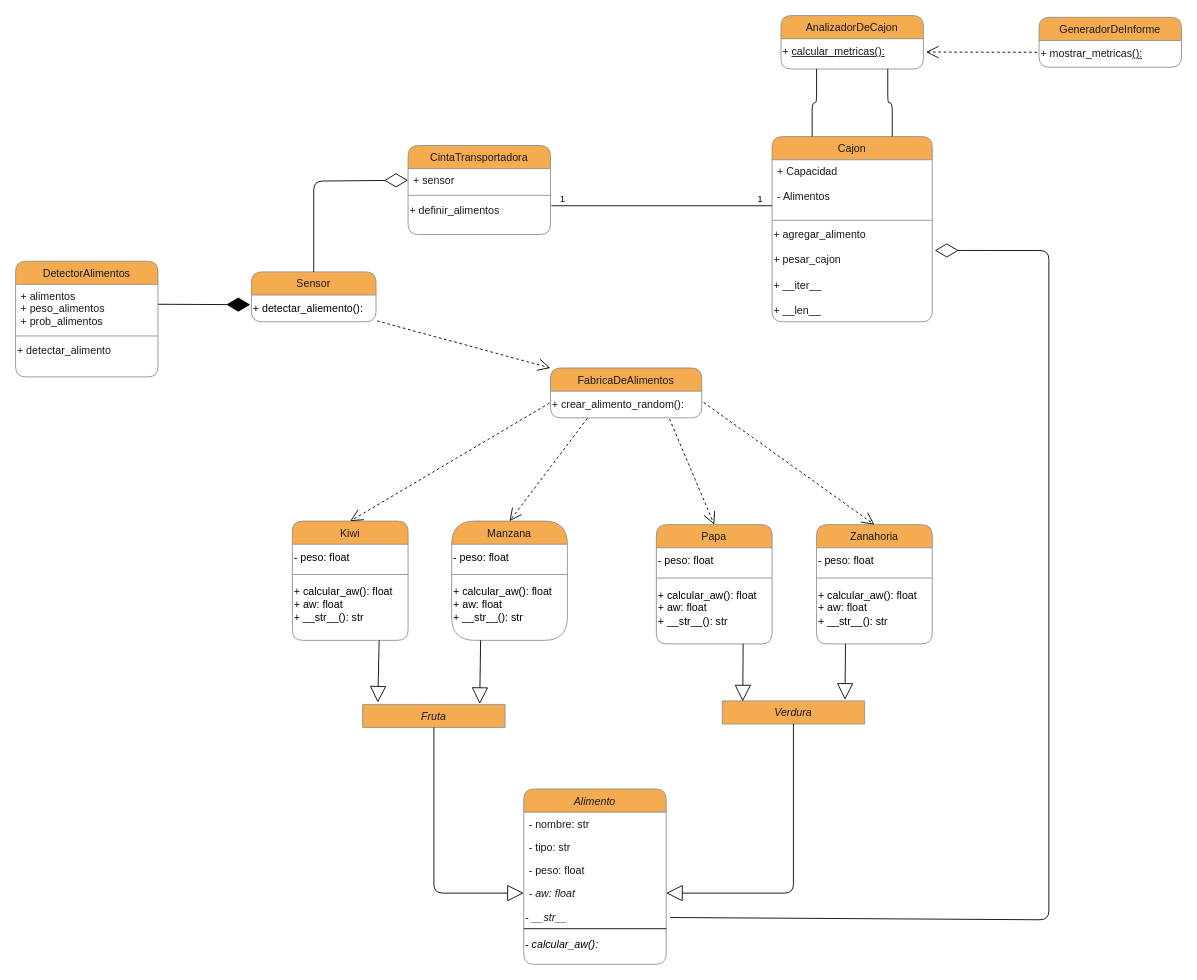
AgustinG178/pa_2025c1_practica keeps this draw.io diagram as TrabajoPractico_2/proyecto_2.2/docs/UML 2.2.drawio. Above is the earlier version. Source tidied: cells renumbered, new cells numbered last; positions are measured from the earlier drawing's top-left corner, leaving out a move shared by most shapes. Both pictures are drawn from the tidied source at 89%, with x=0, y=0 at pixel (15, 15).
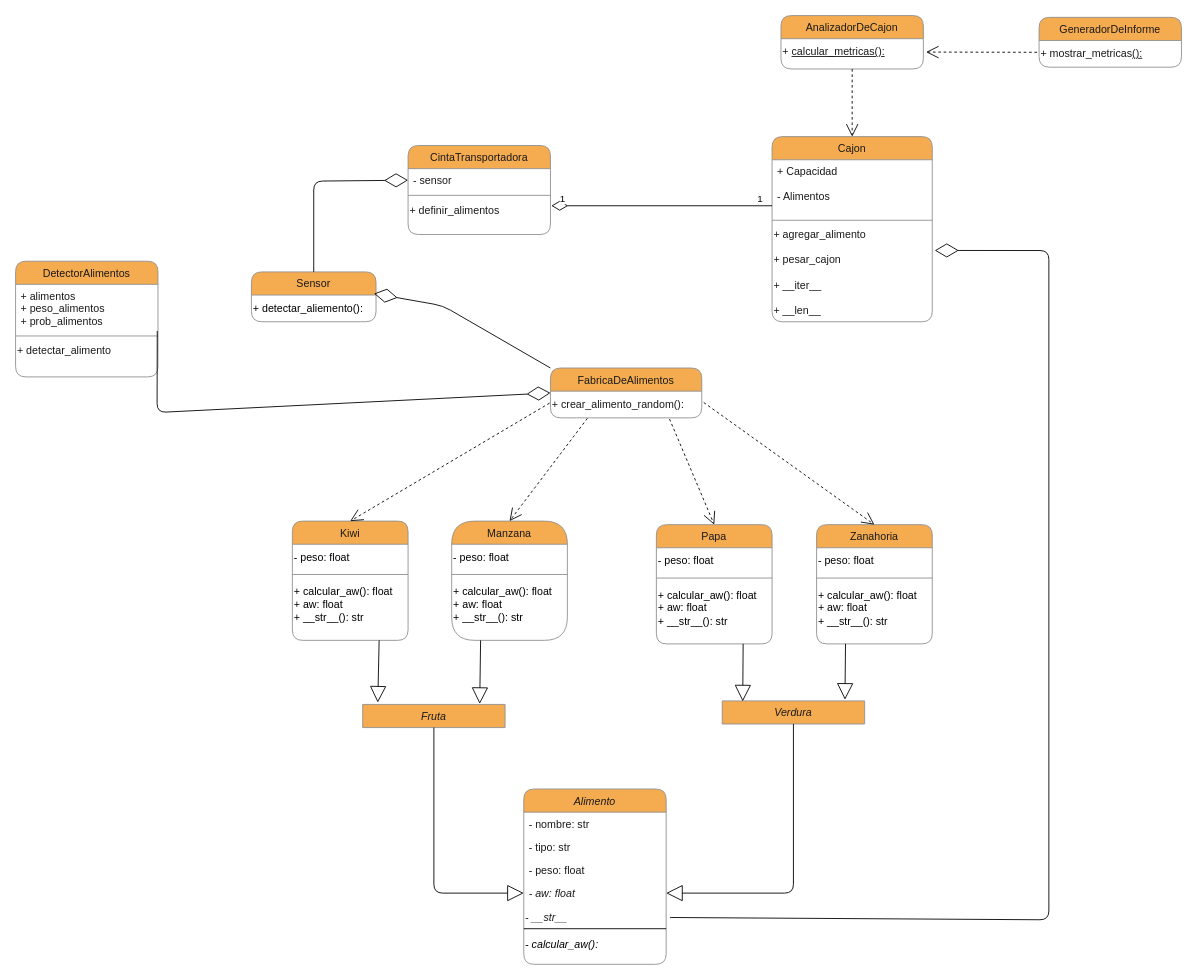
Above is the later version.

Unchanged cells that the change refers to:
```xml
<mxCell id="2" value="CintaTransportadora" style="swimlane;fontStyle=0;align=center;verticalAlign=top;horizontal=1;startSize=26;rounded=1;shadow=0;strokeWidth=1;labelBackgroundColor=none;fillColor=#F5AB50;strokeColor=#909090;fontColor=#1A1A1A;" parent="1" vertex="1">
  <mxGeometry x="441" y="146" width="160" height="100" as="geometry" />
</mxCell>
<mxCell id="5" value="&lt;span style=&quot;color: rgb(26, 26, 26);&quot;&gt;+ definir_alimentos&lt;/span&gt;&lt;div&gt;&lt;span style=&quot;color: rgb(26, 26, 26);&quot;&gt;&lt;br&gt;&lt;/span&gt;&lt;/div&gt;" style="text;html=1;align=left;verticalAlign=middle;points=[];strokeColor=none;fillColor=none;rounded=1;" parent="2" vertex="1">
  <mxGeometry y="60" width="160" height="40" as="geometry" />
</mxCell>
<mxCell id="6" value="Cajon" style="swimlane;fontStyle=0;align=center;verticalAlign=top;horizontal=1;startSize=26;rounded=1;shadow=0;strokeWidth=1;labelBackgroundColor=none;fillColor=#F5AB50;strokeColor=#909090;fontColor=#1A1A1A;" parent="1" vertex="1">
  <mxGeometry x="850" y="136" width="180" height="208" as="geometry" />
</mxCell>
<mxCell id="7" value="+ Capacidad&#10;&#10;- Alimentos" style="text;align=left;verticalAlign=top;spacingLeft=4;spacingRight=4;overflow=hidden;points=[[0,0.5],[1,0.5]];portConstraint=eastwest;labelBackgroundColor=none;fontColor=#1A1A1A;rounded=1;" parent="6" vertex="1">
  <mxGeometry y="26" width="180" height="64" as="geometry" />
</mxCell>
<mxCell id="25" value="+ detectar_aliemento():" style="text;html=1;align=left;verticalAlign=middle;points=[];strokeColor=none;fillColor=none;rounded=1;" parent="24" vertex="1">
  <mxGeometry y="26" width="140" height="30" as="geometry" />
</mxCell>
<mxCell id="38" value="FabricaDeAlimentos" style="swimlane;fontStyle=0;align=center;verticalAlign=top;horizontal=1;startSize=26;rounded=1;shadow=0;strokeWidth=1;labelBackgroundColor=none;fillColor=#F5AB50;strokeColor=#909090;fontColor=#1A1A1A;" parent="1" vertex="1">
  <mxGeometry x="601" y="396" width="170" height="56" as="geometry" />
</mxCell>
<mxCell id="44" value="AnalizadorDeCajon" style="swimlane;fontStyle=0;align=center;verticalAlign=top;horizontal=1;startSize=26;rounded=1;shadow=0;strokeWidth=1;labelBackgroundColor=none;fillColor=#F5AB50;strokeColor=#909090;fontColor=#1A1A1A;" parent="1" vertex="1">
  <mxGeometry x="860" width="160" height="60" as="geometry" />
</mxCell>
<mxCell id="61" value="+ alimentos &#10;+ peso_alimentos&#10;+ prob_alimentos" style="text;align=left;verticalAlign=top;spacingLeft=4;spacingRight=4;overflow=hidden;points=[[0,0.5],[1,0.5]];portConstraint=eastwest;fontStyle=0;labelBackgroundColor=none;fontColor=#1A1A1A;rounded=1;" parent="60" vertex="1">
  <mxGeometry y="26" width="160" height="54" as="geometry" />
</mxCell>
```

Diff of the diagram source:
```diff
@@
-    <mxCell id="3" value="+ sensor" style="text;align=left;verticalAlign=top;spacingLeft=4;spacingRight=4;overflow=hidden;points=[[0,0.5],[1,0.5]];portConstraint=eastwest;fontStyle=0;labelBackgroundColor=none;fontColor=#1A1A1A;rounded=1;" parent="2" vertex="1">
+    <mxCell id="3" value="- sensor" style="text;align=left;verticalAlign=top;spacingLeft=4;spacingRight=4;overflow=hidden;points=[[0,0.5],[1,0.5]];portConstraint=eastwest;fontStyle=0;labelBackgroundColor=none;fontColor=#1A1A1A;rounded=1;" parent="2" vertex="1">
       <mxGeometry y="26" width="160" height="26" as="geometry" />
     </mxCell>
@@
-    <mxCell id="46" style="endArrow=none;html=1;edgeStyle=orthogonalEdgeStyle;entryX=0.75;entryY=1;entryDx=0;entryDy=0;exitX=0.75;exitY=0;exitDx=0;exitDy=0;rounded=1;" parent="1" edge="1" source="6" target="44">
-      <mxGeometry relative="1" as="geometry" />
-    </mxCell>
-    <mxCell id="47" style="endArrow=none;html=1;edgeStyle=orthogonalEdgeStyle;entryX=0.25;entryY=1;entryDx=0;entryDy=0;exitX=0.25;exitY=0;exitDx=0;exitDy=0;rounded=1;" parent="1" edge="1" source="6" target="44">
-      <mxGeometry relative="1" as="geometry" />
-    </mxCell>
-    <mxCell id="48" style="endArrow=open;endSize=12;dashed=1;html=1;exitX=1.008;exitY=0.968;exitDx=0;exitDy=0;exitPerimeter=0;entryX=0;entryY=0;entryDx=0;entryDy=0;rounded=1;" parent="1" edge="1" source="25" target="38">
-      <mxGeometry relative="1" as="geometry" />
-    </mxCell>
@@
-    <mxCell id="64" style="endArrow=diamondThin;endFill=1;endSize=24;html=1;rounded=1;exitX=1.002;exitY=0.414;exitDx=0;exitDy=0;entryX=-0.009;entryY=0.362;entryDx=0;entryDy=0;entryPerimeter=0;exitPerimeter=0;" parent="1" edge="1" source="61" target="25">
-      <mxGeometry relative="1" as="geometry" />
-    </mxCell>
-    <mxCell id="65" style="endArrow=none;html=1;edgeStyle=orthogonalEdgeStyle;exitX=1.006;exitY=0.192;exitDx=0;exitDy=0;exitPerimeter=0;entryX=0;entryY=0.808;entryDx=0;entryDy=0;entryPerimeter=0;" parent="1" edge="1" source="5" target="7">
+    <mxCell id="65" style="endArrow=none;html=1;edgeStyle=orthogonalEdgeStyle;exitX=1.006;exitY=0.192;exitDx=0;exitDy=0;exitPerimeter=0;entryX=0;entryY=0.808;entryDx=0;entryDy=0;entryPerimeter=0;startArrow=diamondThin;startFill=0;startSize=16;" parent="1" edge="1" source="5" target="7">
       <mxGeometry relative="1" as="geometry" />
     </mxCell>
@@
+    <mxCell id="68" style="endArrow=open;endSize=12;dashed=1;html=1;exitX=0.5;exitY=1;exitDx=0;exitDy=0;rounded=1;entryX=0.5;entryY=0;entryDx=0;entryDy=0;" parent="1" edge="1" source="44" target="6">
+      <mxGeometry relative="1" as="geometry" />
+    </mxCell>
+    <mxCell id="69" style="endArrow=diamondThin;endFill=0;endSize=24;html=1;exitX=0.995;exitY=0.97;exitDx=0;exitDy=0;entryX=0;entryY=0.5;entryDx=0;entryDy=0;rounded=1;exitPerimeter=0;" parent="1" edge="1" source="61" target="38">
+      <mxGeometry relative="1" as="geometry">
+        <Array as="points">
+          <mxPoint x="159" y="446" />
+        </Array>
+      </mxGeometry>
+    </mxCell>
+    <mxCell id="70" style="endArrow=diamondThin;endFill=0;endSize=24;html=1;exitX=0;exitY=0;exitDx=0;exitDy=0;entryX=0.984;entryY=-0.054;entryDx=0;entryDy=0;rounded=1;entryPerimeter=0;" parent="1" edge="1" source="38" target="25">
+      <mxGeometry relative="1" as="geometry">
+        <Array as="points">
+          <mxPoint x="480" y="326" />
+        </Array>
+      </mxGeometry>
+    </mxCell>
```
